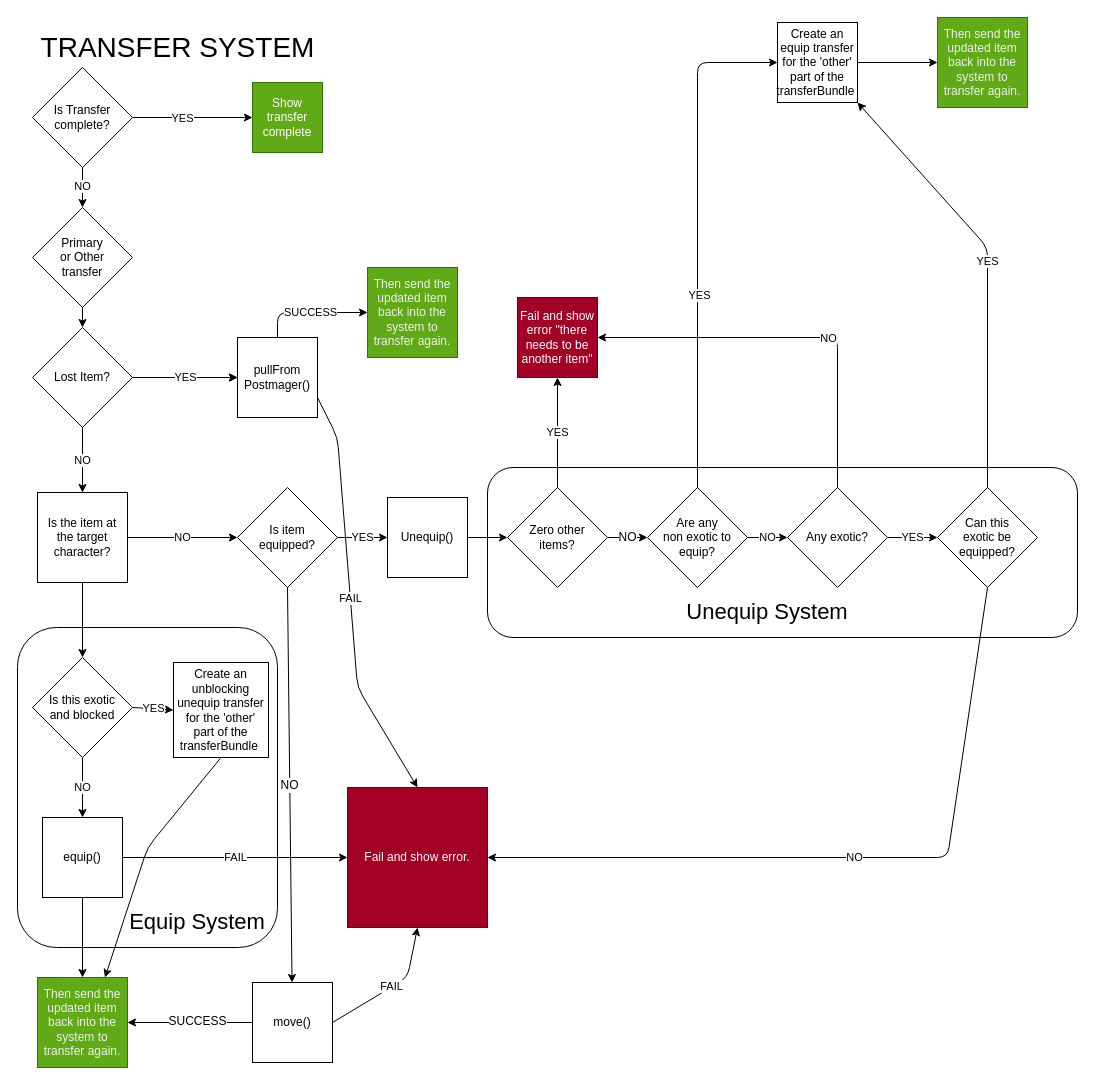
Before: mono/docs/starlight/src/content/docs/transferSystem.dio in NigelBreslaw/guardian-ghost, a draw.io diagram. Source tidied: cells renumbered, new cells numbered last; positions are measured from the earlier drawing's top-left corner, leaving out a move shared by most shapes. Both pictures are drawn from the tidied source at 100%, with x=0, y=0 at pixel (17, 17).
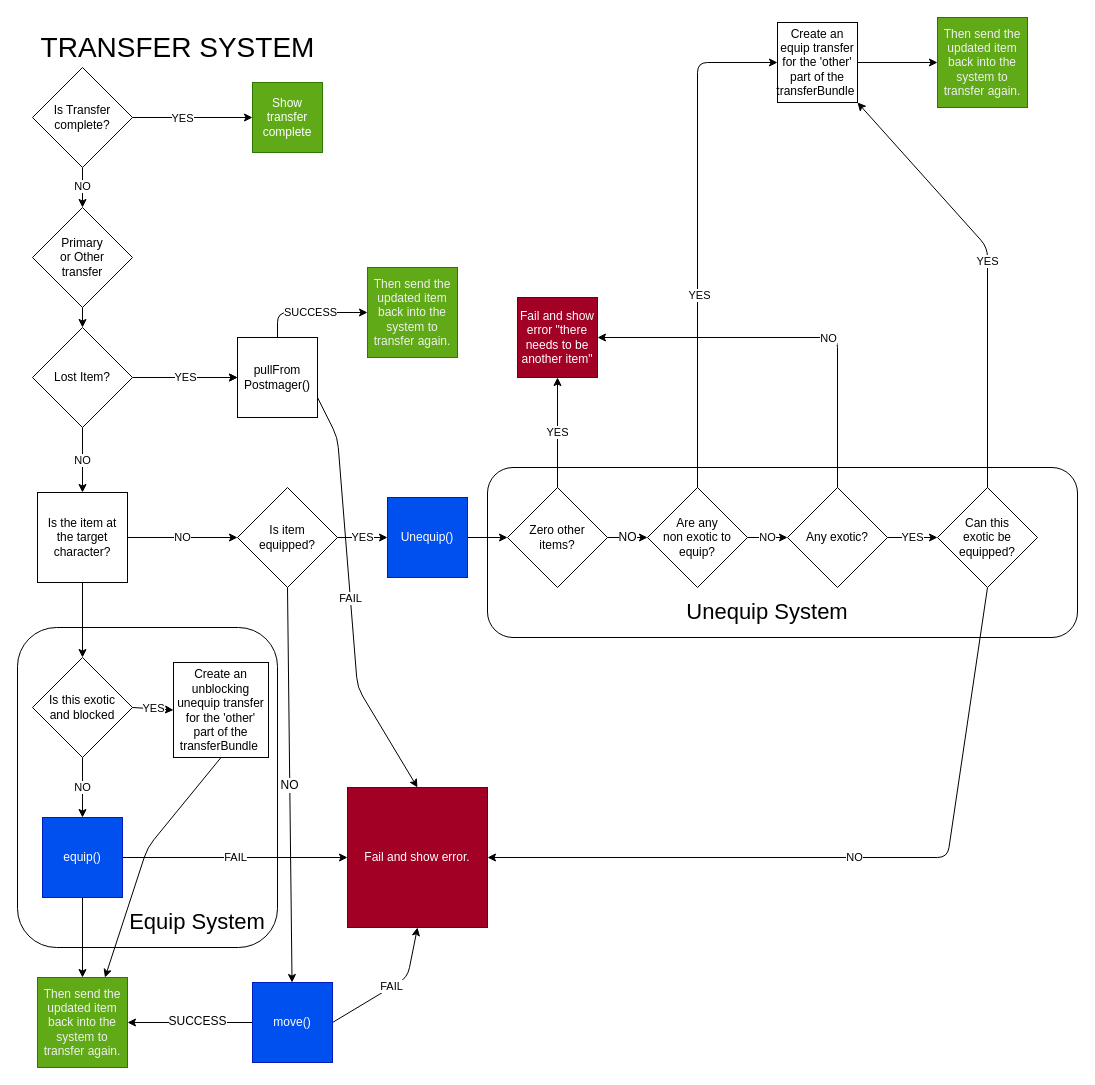
After the change.

Commit message:
docs: hightlight api actions

The edit, as a diff of the source:
```diff
@@
-    <mxCell id="14" value="Unequip()" style="whiteSpace=wrap;html=1;" parent="1" vertex="1">
+    <mxCell id="14" value="Unequip()" style="whiteSpace=wrap;html=1;fillColor=#0050ef;fontColor=#ffffff;strokeColor=#001DBC;" parent="1" vertex="1">
       <mxGeometry x="370" y="480" width="80" height="80" as="geometry" />
     </mxCell>
@@
-    <mxCell id="38" value="equip()" style="whiteSpace=wrap;html=1;" parent="1" vertex="1">
+    <mxCell id="38" value="equip()" style="whiteSpace=wrap;html=1;fillColor=#0050ef;fontColor=#ffffff;strokeColor=#001DBC;" parent="1" vertex="1">
       <mxGeometry x="25" y="800" width="80" height="80" as="geometry" />
     </mxCell>
@@
-    <mxCell id="43" value="move()" style="whiteSpace=wrap;html=1;" parent="1" vertex="1">
+    <mxCell id="43" value="move()" style="whiteSpace=wrap;html=1;fillColor=#0050ef;strokeColor=#001DBC;fontColor=#ffffff;" parent="1" vertex="1">
       <mxGeometry x="235" y="965" width="80" height="80" as="geometry" />
     </mxCell>
```
